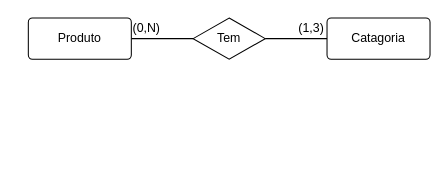
Before: page "Modelo Conceitual" (1 of 2) of requirements/ecommerce-database.drawio in VitorNascimentoDeSouza/ecommerce-node-api-master, a draw.io diagram. Source tidied: cells renumbered, new cells numbered last; positions are measured from the earlier drawing's top-left corner, leaving out a move shared by most shapes. Both pictures are drawn from the tidied source at 103%, with x=0, y=0 at pixel (28, 18).
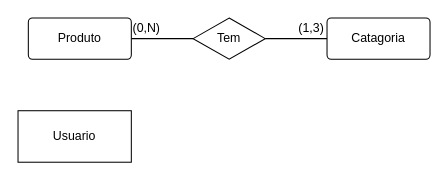
Above is the later version.

Diff of the diagram source:
```diff
@@
 <mxGraphModel>
   <root>
     <mxCell id="0" />
     <mxCell id="1" parent="0" />
     <mxCell id="2" style="edgeStyle=none;html=1;exitX=1;exitY=0.5;exitDx=0;exitDy=0;entryX=0;entryY=0.5;entryDx=0;entryDy=0;endArrow=none;endFill=0;" parent="1" edge="1" source="3" target="6">
       <mxGeometry relative="1" as="geometry" />
     </mxCell>
     <mxCell id="3" value="Produto" style="rounded=1;arcSize=10;whiteSpace=wrap;html=1;align=center;" parent="1" vertex="1">
       <mxGeometry width="100" height="40" as="geometry" />
     </mxCell>
     <mxCell id="4" value="Catagoria" style="rounded=1;arcSize=10;whiteSpace=wrap;html=1;align=center;" parent="1" vertex="1">
       <mxGeometry x="290" width="100" height="40" as="geometry" />
     </mxCell>
     <mxCell id="5" style="edgeStyle=none;html=1;exitX=1;exitY=0.5;exitDx=0;exitDy=0;entryX=0;entryY=0.5;entryDx=0;entryDy=0;endArrow=none;endFill=0;" parent="1" edge="1" source="6" target="4">
       <mxGeometry relative="1" as="geometry" />
     </mxCell>
     <mxCell id="6" value="Tem" style="shape=rhombus;perimeter=rhombusPerimeter;whiteSpace=wrap;html=1;align=center;" parent="1" vertex="1">
       <mxGeometry x="160" width="70" height="40" as="geometry" />
     </mxCell>
     <mxCell id="7" value="(1,3)" style="text;html=1;strokeColor=none;fillColor=none;align=center;verticalAlign=middle;whiteSpace=wrap;rounded=0;" parent="1" vertex="1">
       <mxGeometry x="260" width="30" height="20" as="geometry" />
     </mxCell>
     <mxCell id="8" value="(0,N)" style="text;html=1;strokeColor=none;fillColor=none;align=center;verticalAlign=middle;whiteSpace=wrap;rounded=0;" parent="1" vertex="1">
       <mxGeometry x="100" width="30" height="20" as="geometry" />
     </mxCell>
+    <mxCell id="9" value="Usuario" style="rounded=0;whiteSpace=wrap;html=1;" parent="1" vertex="1">
+      <mxGeometry x="-10" y="90" width="110" height="50" as="geometry" />
+    </mxCell>
   </root>
 </mxGraphModel>
```
